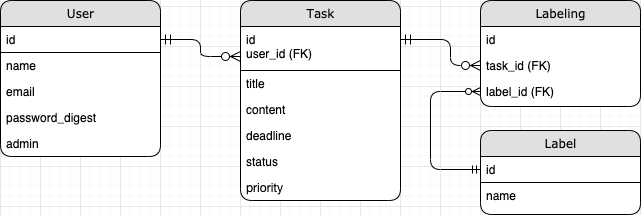
Before: docs/ER_diagram.png, a diagram exported from draw.io (tomomiogino/everyleaf_exam). Source tidied: cells renumbered, new cells last; positions are measured from the earlier drawing's top-left corner, leaving out a move shared by most shapes.
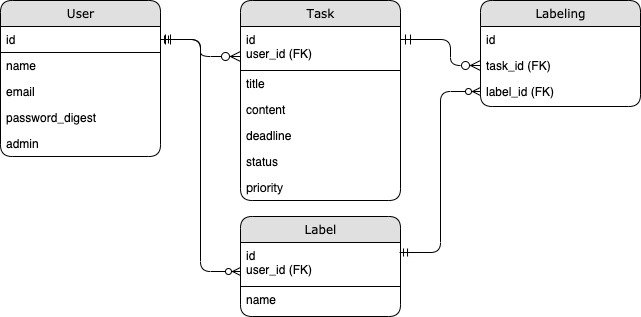
The same file after the commit.

Change to the diagram source:
```diff
@@ -42,13 +42,13 @@
       <mxGeometry y="174" width="160" height="26" as="geometry" />
     </mxCell>
     <mxCell id="15" value="Label&lt;br&gt;" style="swimlane;html=1;fontStyle=0;horizontal=1;startSize=26;fillColor=#e0e0e0;swimlaneFillColor=#ffffff;align=center;rounded=1;shadow=0;comic=0;labelBackgroundColor=none;strokeWidth=1;fontFamily=Verdana;fontSize=12;" parent="1" vertex="1">
-      <mxGeometry x="480" y="130" width="160" height="84" as="geometry" />
+      <mxGeometry x="240" y="216" width="160" height="100" as="geometry" />
     </mxCell>
-    <mxCell id="16" value="id" style="text;html=1;fillColor=none;spacingLeft=4;spacingRight=4;whiteSpace=wrap;overflow=hidden;points=[[0,0.5],[1,0.5]];portConstraint=eastwest;strokeColor=#000000;" parent="15" vertex="1">
-      <mxGeometry y="26" width="160" height="26" as="geometry" />
-    </mxCell>
+    <mxCell id="25" value="id&lt;br&gt;user_id (FK)" style="text;html=1;fillColor=none;spacingLeft=4;spacingRight=4;whiteSpace=wrap;overflow=hidden;points=[[0,0.5],[1,0.5]];portConstraint=eastwest;strokeColor=#000000;" parent="15" vertex="1">
+      <mxGeometry y="26" width="160" height="44" as="geometry" />
+    </mxCell>
     <mxCell id="17" value="name" style="text;html=1;strokeColor=none;fillColor=none;spacingLeft=4;spacingRight=4;whiteSpace=wrap;overflow=hidden;" parent="15" vertex="1">
-      <mxGeometry y="52" width="160" height="26" as="geometry" />
+      <mxGeometry y="70" width="160" height="26" as="geometry" />
     </mxCell>
     <mxCell id="18" value="Labeling&lt;br&gt;" style="swimlane;html=1;fontStyle=0;horizontal=1;startSize=26;fillColor=#e0e0e0;swimlaneFillColor=#ffffff;align=center;rounded=1;shadow=0;comic=0;labelBackgroundColor=none;strokeWidth=1;fontFamily=Verdana;fontSize=12;" parent="1" vertex="1">
       <mxGeometry x="480" width="160" height="106" as="geometry" />
@@ -78,12 +78,11 @@
         </Array>
       </mxGeometry>
     </mxCell>
-    <mxCell id="24" style="fontSize=12;html=1;endArrow=ERzeroToMany;startArrow=ERmandOne;exitX=0;exitY=0.5;exitDx=0;exitDy=0;entryX=0;entryY=0.5;entryDx=0;entryDy=0;edgeStyle=elbowEdgeStyle;" parent="1" edge="1" source="16" target="21">
-      <mxGeometry relative="1" as="geometry">
-        <Array as="points">
-          <mxPoint x="430" y="136" />
-        </Array>
-      </mxGeometry>
-    </mxCell>
+    <mxCell id="26" style="edgeStyle=orthogonalEdgeStyle;fontSize=12;html=1;endArrow=ERzeroToMany;startArrow=ERmandOne;exitX=1;exitY=0.5;exitDx=0;exitDy=0;entryX=0;entryY=0.659;entryDx=0;entryDy=0;entryPerimeter=0;" parent="1" edge="1" source="3" target="25">
+      <mxGeometry relative="1" as="geometry" />
+    </mxCell>
+    <mxCell id="27" style="edgeStyle=orthogonalEdgeStyle;fontSize=12;html=1;endArrow=ERzeroToMany;startArrow=ERmandOne;entryX=0;entryY=0.5;entryDx=0;entryDy=0;exitX=0.994;exitY=0.227;exitDx=0;exitDy=0;exitPerimeter=0;" parent="1" edge="1" source="25" target="21">
+      <mxGeometry relative="1" as="geometry" />
+    </mxCell>
   </root>
 </mxGraphModel>
```
